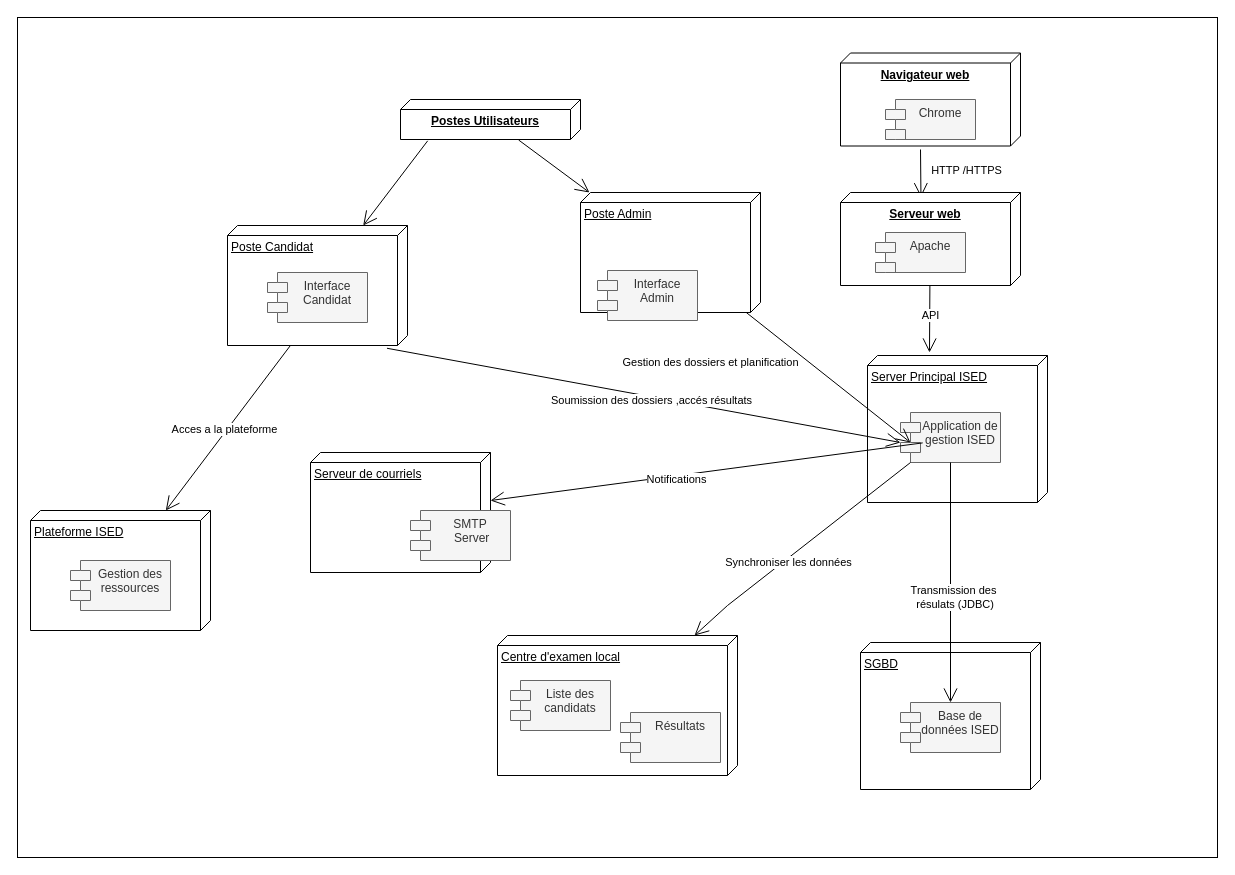
Before: diagDeploit.drawio in siwar630/Architecture_Logicielle, a draw.io diagram. Source tidied: cells renumbered, new cells numbered last; positions are measured from the earlier drawing's top-left corner, leaving out a move shared by most shapes. Both pictures are drawn from the tidied source at 100%, with x=0, y=0 at pixel (17, 17).
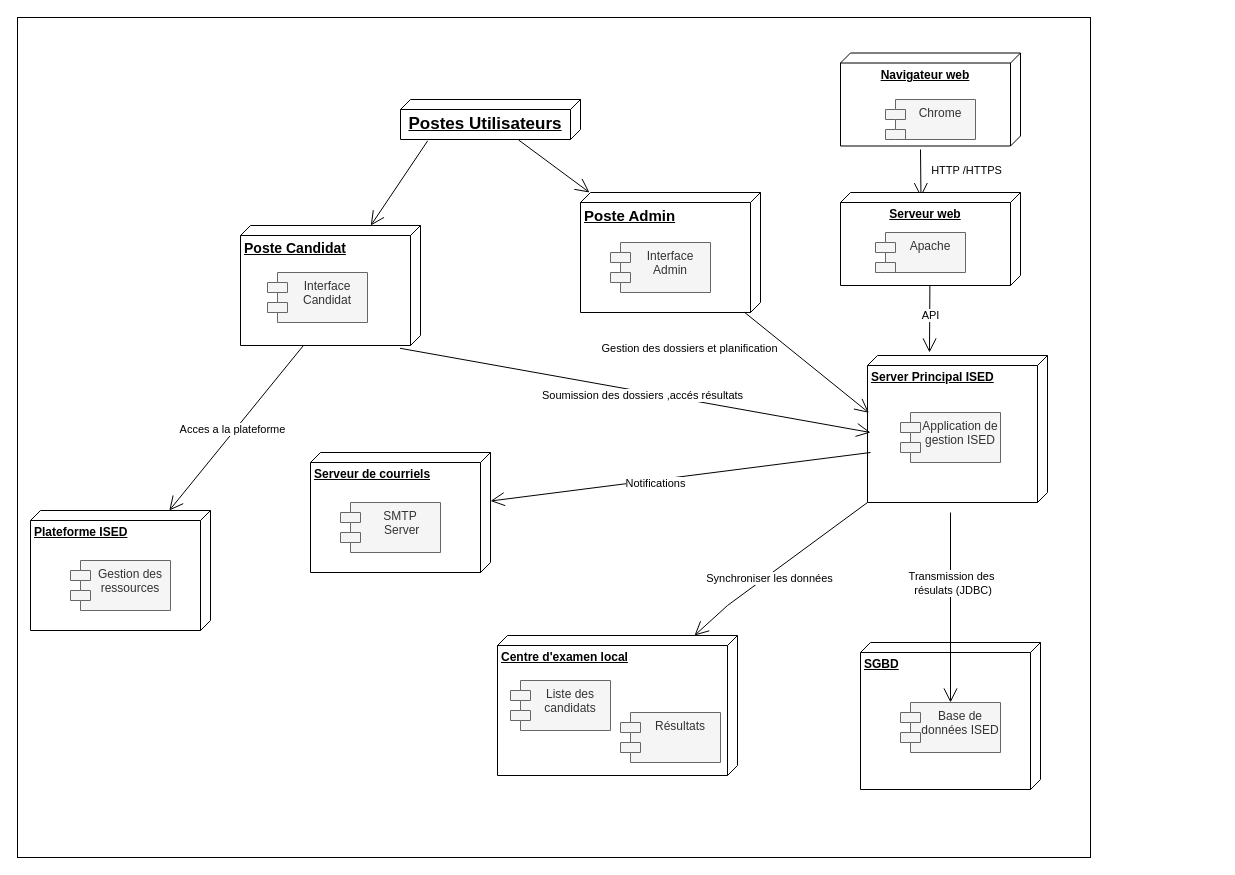
The same diagram, later.

Commit message (it also covers changes not shown here):
Mettre à jour diagDeploit.drawio

The change refers to these unchanged cells:
```xml
<mxCell id="16" value="Application de gestion ISED" style="shape=module;align=left;spacingLeft=20;align=center;verticalAlign=top;whiteSpace=wrap;html=1;fillColor=#f5f5f5;fontColor=#333333;strokeColor=#666666;" parent="1" vertex="1">
  <mxGeometry x="883" y="395" width="100" height="50" as="geometry" />
</mxCell>
<mxCell id="34" value="Base de données ISED" style="shape=module;align=left;spacingLeft=20;align=center;verticalAlign=top;whiteSpace=wrap;html=1;fillColor=#f5f5f5;fontColor=#333333;strokeColor=#666666;" parent="1" vertex="1">
  <mxGeometry x="883" y="685" width="100" height="50" as="geometry" />
</mxCell>
```

Change to the diagram source:
```diff
@@
     <mxCell id="2" style="html=1;whiteSpace=wrap;" parent="1" vertex="1">
-      <mxGeometry width="1200" height="840" as="geometry" />
+      <mxGeometry width="1073" height="840" as="geometry" />
     </mxCell>
@@
-    <mxCell id="4" value="Poste Admin" style="verticalAlign=top;align=left;spacingTop=8;spacingLeft=2;spacingRight=12;shape=cube;size=10;direction=south;fontStyle=4;html=1;whiteSpace=wrap;" parent="1" vertex="1">
+    <mxCell id="4" value="&lt;b&gt;&lt;font style=&quot;font-size: 15px;&quot;&gt;Poste Admin&lt;/font&gt;&lt;/b&gt;" style="verticalAlign=top;align=left;spacingTop=8;spacingLeft=2;spacingRight=12;shape=cube;size=10;direction=south;fontStyle=4;html=1;whiteSpace=wrap;" parent="1" vertex="1">
       <mxGeometry x="563" y="175" width="180" height="120" as="geometry" />
     </mxCell>
-    <mxCell id="5" value="Poste Candidat" style="verticalAlign=top;align=left;spacingTop=8;spacingLeft=2;spacingRight=12;shape=cube;size=10;direction=south;fontStyle=4;html=1;whiteSpace=wrap;" parent="1" vertex="1">
-      <mxGeometry x="210" y="208" width="180" height="120" as="geometry" />
+    <mxCell id="5" value="&lt;b&gt;&lt;font style=&quot;font-size: 14px;&quot;&gt;Poste Candidat&lt;/font&gt;&lt;/b&gt;" style="verticalAlign=top;align=left;spacingTop=8;spacingLeft=2;spacingRight=12;shape=cube;size=10;direction=south;fontStyle=4;html=1;whiteSpace=wrap;" parent="1" vertex="1">
+      <mxGeometry x="223" y="208" width="180" height="120" as="geometry" />
     </mxCell>
@@
     <mxCell id="7" value="Interface Admin" style="shape=module;align=left;spacingLeft=20;align=center;verticalAlign=top;whiteSpace=wrap;html=1;fillColor=#f5f5f5;fontColor=#333333;strokeColor=#666666;" parent="1" vertex="1">
-      <mxGeometry x="580" y="253" width="100" height="50" as="geometry" />
+      <mxGeometry x="593" y="225" width="100" height="50" as="geometry" />
     </mxCell>
-    <mxCell id="8" value="Centre d'examen local" style="verticalAlign=top;align=left;spacingTop=8;spacingLeft=2;spacingRight=12;shape=cube;size=10;direction=south;fontStyle=4;html=1;whiteSpace=wrap;" parent="1" vertex="1">
+    <mxCell id="8" value="&lt;b&gt;Centre d'examen local&lt;/b&gt;" style="verticalAlign=top;align=left;spacingTop=8;spacingLeft=2;spacingRight=12;shape=cube;size=10;direction=south;fontStyle=4;html=1;whiteSpace=wrap;" parent="1" vertex="1">
       <mxGeometry x="480" y="618" width="240" height="140" as="geometry" />
     </mxCell>
-    <mxCell id="9" value="Serveur de courriels" style="verticalAlign=top;align=left;spacingTop=8;spacingLeft=2;spacingRight=12;shape=cube;size=10;direction=south;fontStyle=4;html=1;whiteSpace=wrap;" parent="1" vertex="1">
+    <mxCell id="9" value="&lt;b&gt;Serveur de courriels&lt;/b&gt;" style="verticalAlign=top;align=left;spacingTop=8;spacingLeft=2;spacingRight=12;shape=cube;size=10;direction=south;fontStyle=4;html=1;whiteSpace=wrap;" parent="1" vertex="1">
       <mxGeometry x="293" y="435" width="180" height="120" as="geometry" />
     </mxCell>
-    <mxCell id="10" value="Plateforme ISED" style="verticalAlign=top;align=left;spacingTop=8;spacingLeft=2;spacingRight=12;shape=cube;size=10;direction=south;fontStyle=4;html=1;whiteSpace=wrap;" parent="1" vertex="1">
+    <mxCell id="10" value="&lt;b&gt;Plateforme ISED&lt;/b&gt;" style="verticalAlign=top;align=left;spacingTop=8;spacingLeft=2;spacingRight=12;shape=cube;size=10;direction=south;fontStyle=4;html=1;whiteSpace=wrap;" parent="1" vertex="1">
       <mxGeometry x="13" y="493" width="180" height="120" as="geometry" />
     </mxCell>
@@
     <mxCell id="12" value="SMTP&lt;div&gt;&amp;nbsp;Server&lt;/div&gt;" style="shape=module;align=left;spacingLeft=20;align=center;verticalAlign=top;whiteSpace=wrap;html=1;fillColor=#f5f5f5;fontColor=#333333;strokeColor=#666666;" parent="1" vertex="1">
-      <mxGeometry x="393" y="493" width="100" height="50" as="geometry" />
+      <mxGeometry x="323" y="485" width="100" height="50" as="geometry" />
     </mxCell>
@@
-    <mxCell id="15" value="Server Principal ISED&lt;div&gt;&lt;br&gt;&lt;/div&gt;" style="verticalAlign=top;align=left;spacingTop=8;spacingLeft=2;spacingRight=12;shape=cube;size=10;direction=south;fontStyle=4;html=1;whiteSpace=wrap;" parent="1" vertex="1">
+    <mxCell id="15" value="&lt;b&gt;Server Principal ISED&lt;/b&gt;&lt;div&gt;&lt;br&gt;&lt;/div&gt;" style="verticalAlign=top;align=left;spacingTop=8;spacingLeft=2;spacingRight=12;shape=cube;size=10;direction=south;fontStyle=4;html=1;whiteSpace=wrap;" parent="1" vertex="1">
       <mxGeometry x="850" y="338" width="180" height="147" as="geometry" />
     </mxCell>
@@
-    <mxCell id="19" style="endArrow=open;endFill=1;endSize=12;html=1;rounded=0;" parent="1" edge="1" source="4">
-      <mxGeometry relative="1" as="geometry">
-        <mxPoint x="893" y="425" as="targetPoint" />
-      </mxGeometry>
+    <mxCell id="19" style="endArrow=open;endFill=1;endSize=12;html=1;rounded=0;entryX=0.39;entryY=0.992;entryDx=0;entryDy=0;entryPerimeter=0;" parent="1" edge="1" source="4" target="15">
+      <mxGeometry relative="1" as="geometry" />
     </mxCell>
@@
     <mxCell id="21" style="endArrow=open;endFill=1;endSize=12;html=1;rounded=0;exitX=1.023;exitY=0.114;exitDx=0;exitDy=0;exitPerimeter=0;" parent="1" edge="1" source="5">
       <mxGeometry relative="1" as="geometry">
-        <mxPoint x="883" y="425" as="targetPoint" />
+        <mxPoint x="853" y="415" as="targetPoint" />
       </mxGeometry>
     </mxCell>
@@
-    <mxCell id="25" style="endArrow=open;endFill=1;endSize=12;html=1;rounded=0;exitX=0.222;exitY=0.608;exitDx=0;exitDy=0;exitPerimeter=0;" parent="1" edge="1" source="16" target="9">
-      <mxGeometry relative="1" as="geometry" />
+    <mxCell id="25" style="endArrow=open;endFill=1;endSize=12;html=1;rounded=0;" parent="1" edge="1" target="9">
+      <mxGeometry relative="1" as="geometry">
+        <mxPoint x="853" y="435" as="sourcePoint" />
+      </mxGeometry>
     </mxCell>
@@
-    <mxCell id="27" style="endArrow=open;endFill=1;endSize=12;html=1;rounded=0;exitX=0;exitY=1;exitDx=10;exitDy=0;exitPerimeter=0;" parent="1" edge="1" source="16" target="8">
+    <mxCell id="27" style="endArrow=open;endFill=1;endSize=12;html=1;rounded=0;exitX=1;exitY=1;exitDx=0;exitDy=0;exitPerimeter=0;" parent="1" edge="1" source="15" target="8">
       <mxGeometry relative="1" as="geometry">
         <Array as="points">
           <mxPoint x="710" y="588" />
         </Array>
       </mxGeometry>
     </mxCell>
@@
-    <mxCell id="33" value="SGBD&lt;div&gt;&lt;br&gt;&lt;/div&gt;" style="verticalAlign=top;align=left;spacingTop=8;spacingLeft=2;spacingRight=12;shape=cube;size=10;direction=south;fontStyle=4;html=1;whiteSpace=wrap;" parent="1" vertex="1">
+    <mxCell id="33" value="&lt;b&gt;SGBD&lt;/b&gt;&lt;div&gt;&lt;br&gt;&lt;/div&gt;" style="verticalAlign=top;align=left;spacingTop=8;spacingLeft=2;spacingRight=12;shape=cube;size=10;direction=south;fontStyle=4;html=1;whiteSpace=wrap;" parent="1" vertex="1">
       <mxGeometry x="843" y="625" width="180" height="147" as="geometry" />
     </mxCell>
@@
-    <mxCell id="35" style="endArrow=open;endFill=1;endSize=12;html=1;rounded=0;" parent="1" edge="1" source="16" target="34">
-      <mxGeometry relative="1" as="geometry" />
+    <mxCell id="35" style="endArrow=open;endFill=1;endSize=12;html=1;rounded=0;" parent="1" edge="1" target="34">
+      <mxGeometry relative="1" as="geometry">
+        <mxPoint x="933" y="495" as="sourcePoint" />
+      </mxGeometry>
     </mxCell>
     <mxCell id="36" value="Transmission des&lt;div&gt;&amp;nbsp;résulats (JDBC)&lt;/div&gt;" style="edgeLabel;html=1;align=center;verticalAlign=middle;" parent="35" vertex="1">
-      <mxGeometry x="0.12" y="2" relative="1" as="geometry" />
+      <mxGeometry x="0.12" y="2" relative="1" as="geometry">
+        <mxPoint x="-2" y="-36" as="offset" />
+      </mxGeometry>
     </mxCell>
@@
-    <mxCell id="39" value="&lt;b&gt;Postes Utilisateurs&lt;/b&gt;" style="verticalAlign=top;align=center;spacingTop=8;spacingLeft=2;spacingRight=12;shape=cube;size=10;direction=south;fontStyle=4;html=1;whiteSpace=wrap;" parent="1" vertex="1">
+    <mxCell id="39" value="&lt;b&gt;&lt;font style=&quot;font-size: 17px;&quot;&gt;Postes Utilisateurs&lt;/font&gt;&lt;/b&gt;" style="verticalAlign=top;align=center;spacingTop=8;spacingLeft=2;spacingRight=12;shape=cube;size=10;direction=south;fontStyle=4;html=1;whiteSpace=wrap;" parent="1" vertex="1">
       <mxGeometry x="383" y="82" width="180" height="40" as="geometry" />
     </mxCell>
```
